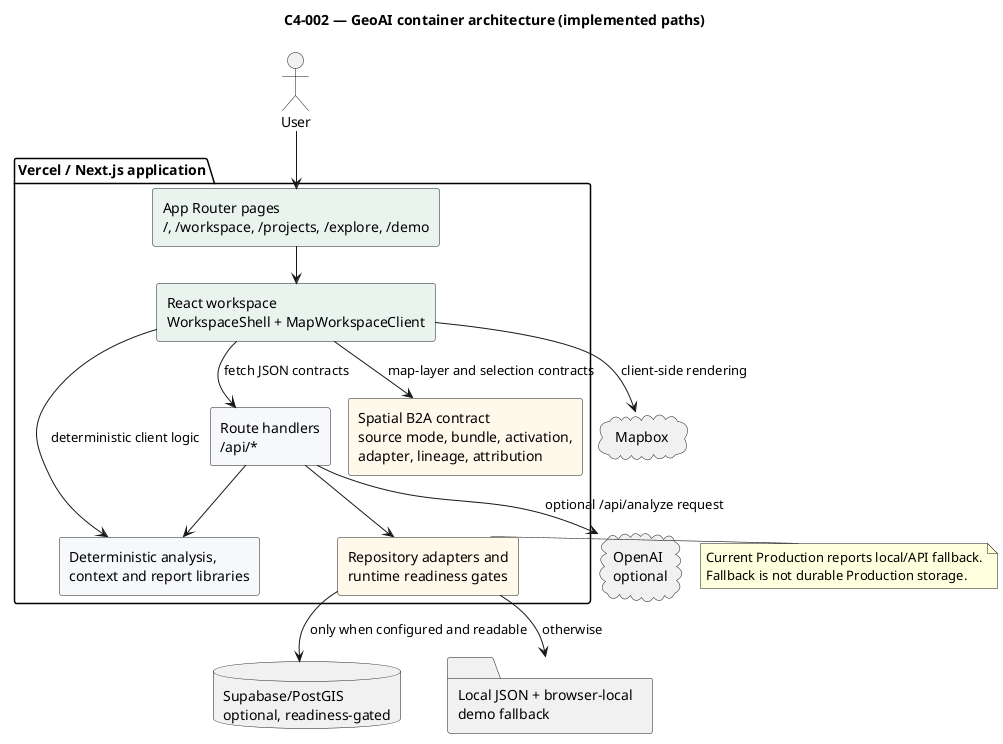
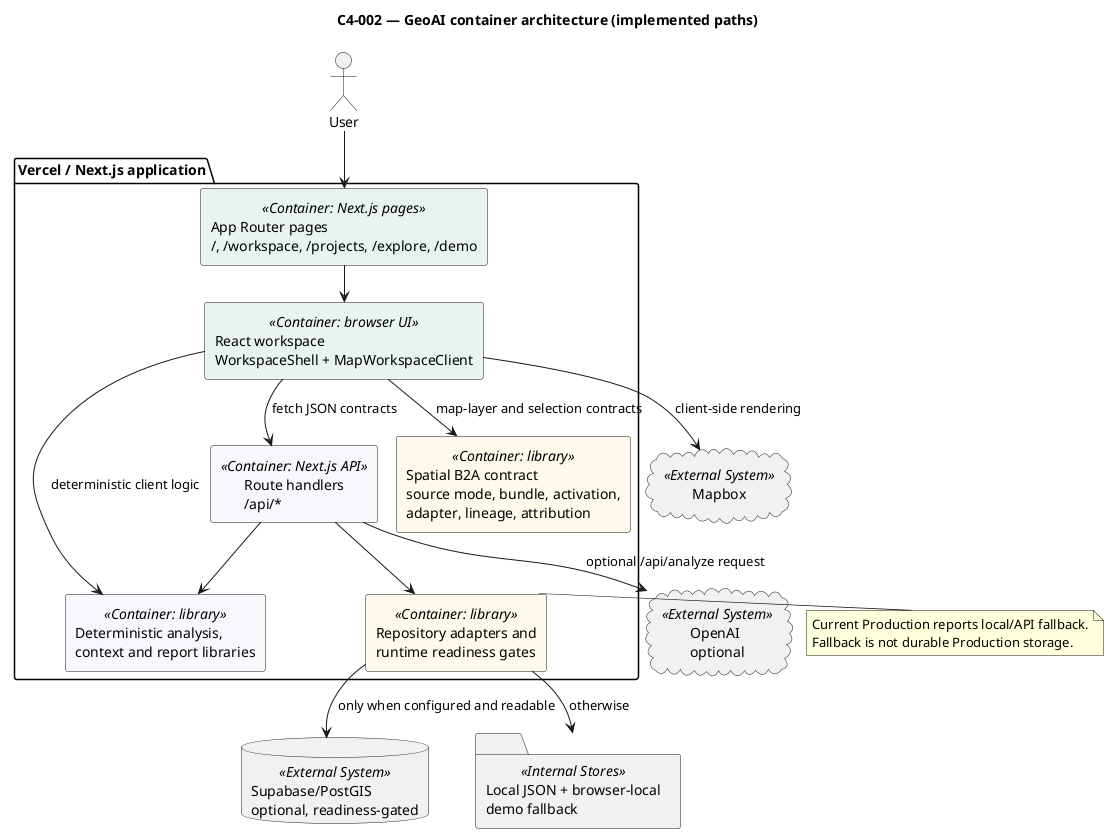
@startuml C4-002
!pragma layout smetana
title C4-002 — GeoAI container architecture (implemented paths)
skinparam backgroundColor #FFFFFF
skinparam shadowing false
skinparam componentStyle rectangle
skinparam defaultFontName Arial

actor User
package "Vercel / Next.js application" {
-   component "App Router pages\n/, /workspace, /projects, /explore, /demo" as Pages #EAF4EF
-   component "React workspace\nWorkspaceShell + MapWorkspaceClient" as Workspace #EAF4EF
-   component "Route handlers\n/api/*" as Api #F6F8FB
-   component "Deterministic analysis,\ncontext and report libraries" as Domain #F6F8FB
-   component "Repository adapters and\nruntime readiness gates" as Repositories #FFF9EC
-   component "Spatial B2A contract\nsource mode, bundle, activation,\nadapter, lineage, attribution" as Spatial #FFF9EC
+   component "App Router pages\n/, /workspace, /projects, /explore, /demo" as Pages <<Container: Next.js pages>> #EAF4EF
+   component "React workspace\nWorkspaceShell + MapWorkspaceClient" as Workspace <<Container: browser UI>> #EAF4EF
+   component "Route handlers\n/api/*" as Api <<Container: Next.js API>> #F6F8FB
+   component "Deterministic analysis,\ncontext and report libraries" as Domain <<Container: library>> #F6F8FB
+   component "Repository adapters and\nruntime readiness gates" as Repositories <<Container: library>> #FFF9EC
+   component "Spatial B2A contract\nsource mode, bundle, activation,\nadapter, lineage, attribution" as Spatial <<Container: library>> #FFF9EC
}
- database "Supabase/PostGIS\noptional, readiness-gated" as Supabase
- folder "Local JSON + browser-local\ndemo fallback" as Fallback
- cloud "Mapbox" as Mapbox
- cloud "OpenAI\noptional" as OpenAI
+ database "Supabase/PostGIS\noptional, readiness-gated" as Supabase <<External System>>
+ folder "Local JSON + browser-local\ndemo fallback" as Fallback <<Internal Stores>>
+ cloud "Mapbox" as Mapbox <<External System>>
+ cloud "OpenAI\noptional" as OpenAI <<External System>>

User --> Pages
Pages --> Workspace
Workspace --> Api : fetch JSON contracts
Workspace --> Domain : deterministic client logic
Workspace --> Spatial : map-layer and selection contracts
Workspace --> Mapbox : client-side rendering
Api --> Domain
Api --> Repositories
Api --> OpenAI : optional /api/analyze request
Repositories --> Supabase : only when configured and readable
Repositories --> Fallback : otherwise

note right of Repositories
Current Production reports local/API fallback.
Fallback is not durable Production storage.
end note
@enduml
